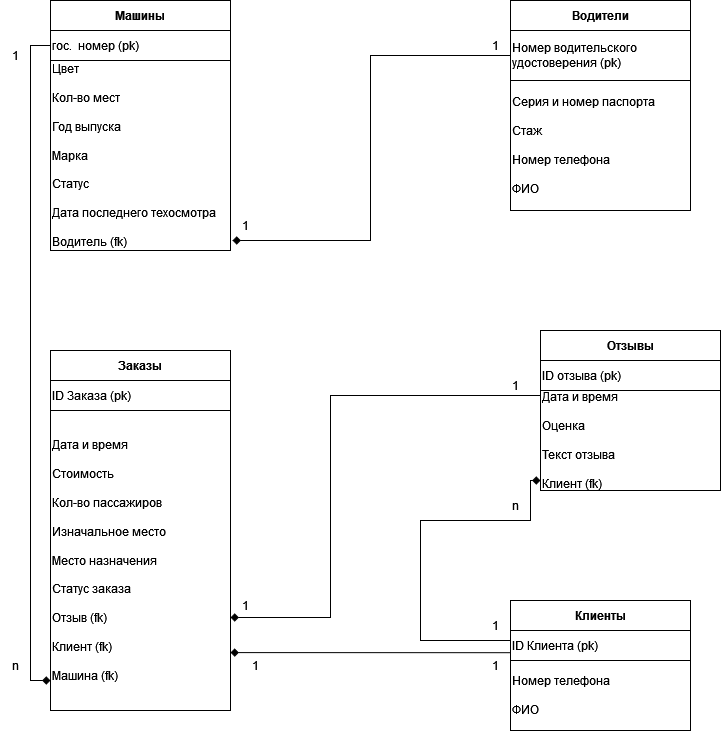
Above: docs/IndividualTask2/idef1x.drawio.png in Nikita-Isaichenko/Database (draw.io), before the change. Source tidied: cells renumbered, new cells last; positions are measured from the earlier drawing's top-left corner, leaving out a move shared by most shapes.
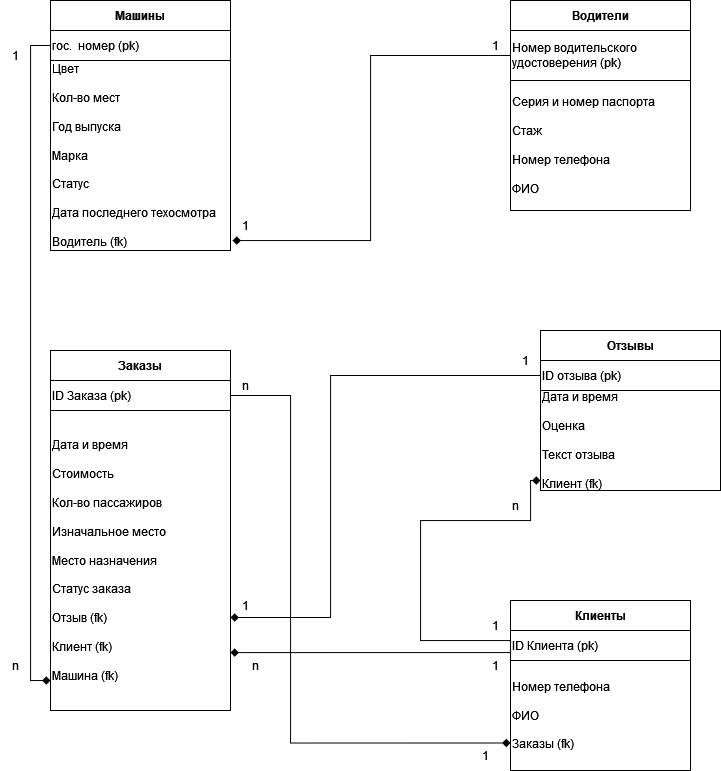
After the commit.

What changed in the source:
```diff
@@ -39,13 +39,13 @@
       <mxGeometry y="60" width="180" height="100" as="geometry" />
     </mxCell>
     <mxCell id="14" value="Клиенты" style="swimlane;whiteSpace=wrap;html=1;startSize=30;" parent="1" vertex="1">
-      <mxGeometry x="510" y="600" width="180" height="130" as="geometry" />
+      <mxGeometry x="510" y="600" width="180" height="170" as="geometry" />
     </mxCell>
     <mxCell id="15" value="ID Клиента (pk)" style="rounded=0;whiteSpace=wrap;html=1;align=left;" parent="14" vertex="1">
       <mxGeometry y="30" width="180" height="30" as="geometry" />
     </mxCell>
-    <mxCell id="16" value="&lt;div&gt;Номер телефона&lt;/div&gt;&lt;div&gt;&lt;br&gt;&lt;/div&gt;&lt;div&gt;ФИО&lt;br&gt;&lt;/div&gt;" style="rounded=0;whiteSpace=wrap;html=1;align=left;" parent="14" vertex="1">
-      <mxGeometry y="60" width="180" height="70" as="geometry" />
+    <mxCell id="16" value="&lt;div&gt;Номер телефона&lt;/div&gt;&lt;div&gt;&lt;br&gt;&lt;/div&gt;&lt;div&gt;ФИО&lt;/div&gt;&lt;div&gt;&lt;br&gt;&lt;/div&gt;&lt;div&gt;Заказы (fk)&lt;br&gt;&lt;/div&gt;" style="rounded=0;whiteSpace=wrap;html=1;align=left;" parent="14" vertex="1">
+      <mxGeometry y="60" width="180" height="110" as="geometry" />
     </mxCell>
     <mxCell id="17" style="edgeStyle=orthogonalEdgeStyle;rounded=0;jettySize=auto;html=1;exitX=0;exitY=0.5;exitDx=0;exitDy=0;entryX=1.011;entryY=0.942;entryDx=0;entryDy=0;entryPerimeter=0;endArrow=diamond;endFill=1;" parent="1" edge="1" source="6" target="4">
       <mxGeometry relative="1" as="geometry">
@@ -89,7 +89,7 @@
       <mxGeometry relative="1" as="geometry">
         <mxPoint x="230" y="617" as="targetPoint" />
         <Array as="points">
-          <mxPoint x="330" y="395" />
+          <mxPoint x="330" y="375" />
           <mxPoint x="330" y="617" />
         </Array>
       </mxGeometry>
@@ -113,13 +113,27 @@
       <mxGeometry x="230" y="590" width="30" height="30" as="geometry" />
     </mxCell>
     <mxCell id="29" value="1" style="text;html=1;align=center;verticalAlign=middle;strokeColor=none;fillColor=none;" parent="1" vertex="1">
-      <mxGeometry x="500" y="370" width="30" height="30" as="geometry" />
+      <mxGeometry x="510" y="345" width="30" height="30" as="geometry" />
     </mxCell>
-    <mxCell id="30" value="1" style="text;html=1;align=center;verticalAlign=middle;strokeColor=none;fillColor=none;" parent="1" vertex="1">
+    <mxCell id="30" value="n" style="text;html=1;align=center;verticalAlign=middle;strokeColor=none;fillColor=none;" parent="1" vertex="1">
       <mxGeometry x="240" y="650" width="30" height="30" as="geometry" />
     </mxCell>
     <mxCell id="31" value="1" style="text;html=1;align=center;verticalAlign=middle;strokeColor=none;fillColor=none;" parent="1" vertex="1">
       <mxGeometry x="480" y="650" width="30" height="30" as="geometry" />
     </mxCell>
+    <mxCell id="32" style="edgeStyle=orthogonalEdgeStyle;rounded=0;jettySize=auto;html=1;endArrow=diamond;endFill=1;exitX=1;exitY=0.5;exitDx=0;exitDy=0;entryX=0;entryY=0.75;entryDx=0;entryDy=0;" parent="1" edge="1" source="9" target="16">
+      <mxGeometry relative="1" as="geometry">
+        <Array as="points">
+          <mxPoint x="290" y="395" />
+          <mxPoint x="290" y="743" />
+        </Array>
+      </mxGeometry>
+    </mxCell>
+    <mxCell id="33" value="1" style="text;html=1;align=center;verticalAlign=middle;strokeColor=none;fillColor=none;" parent="1" vertex="1">
+      <mxGeometry x="470" y="740" width="30" height="30" as="geometry" />
+    </mxCell>
+    <mxCell id="34" value="&lt;div&gt;n&lt;/div&gt;" style="text;html=1;align=center;verticalAlign=middle;strokeColor=none;fillColor=none;" parent="1" vertex="1">
+      <mxGeometry x="230" y="370" width="30" height="30" as="geometry" />
+    </mxCell>
   </root>
 </mxGraphModel>
```
